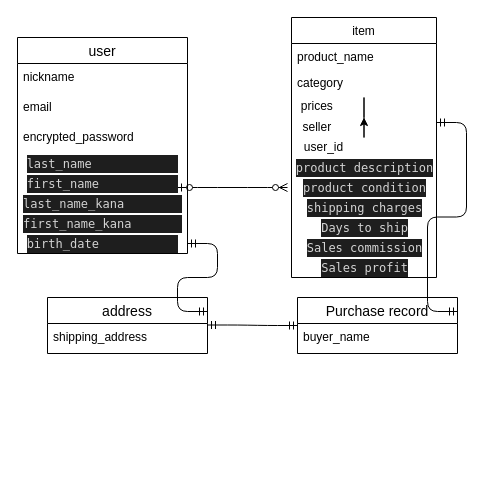
This is item.dio from satoudd/furima-36045, a draw.io file, before an edit. Source tidied: cells renumbered, new cells numbered last; positions are measured from the earlier drawing's top-left corner, leaving out a move shared by most shapes. Both pictures are drawn from the tidied source at 100%, with x=0, y=0 at pixel (17, 17).
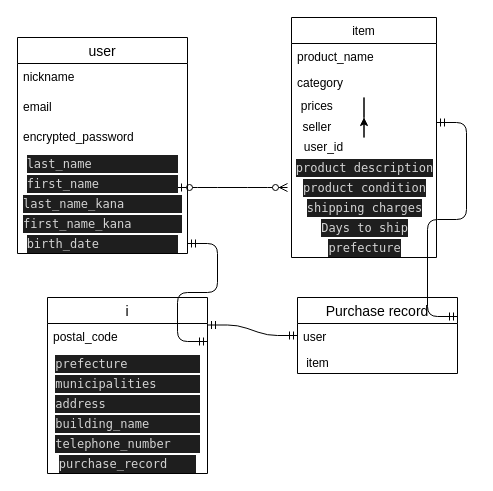
The same diagram, later.

The edit, as a diff of the source:
```diff
@@
     <mxCell id="2" value="item" style="swimlane;fontStyle=0;horizontal=1;startSize=26;" parent="1" vertex="1">
-      <mxGeometry x="274" width="145" height="260" as="geometry" />
+      <mxGeometry x="274" width="145" height="240" as="geometry" />
     </mxCell>
@@
-    <mxCell id="14" value="&lt;div style=&quot;color: rgb(212 , 212 , 212) ; background-color: rgb(30 , 30 , 30) ; font-family: &amp;#34;menlo&amp;#34; , &amp;#34;monaco&amp;#34; , &amp;#34;courier new&amp;#34; , monospace ; line-height: 18px&quot;&gt;Sales commission&lt;/div&gt;" style="text;html=1;align=center;verticalAlign=middle;strokeColor=none;" parent="2" vertex="1">
-      <mxGeometry y="220" width="145" height="20" as="geometry" />
-    </mxCell>
-    <mxCell id="15" value="&lt;div style=&quot;color: rgb(212 , 212 , 212) ; background-color: rgb(30 , 30 , 30) ; font-family: &amp;#34;menlo&amp;#34; , &amp;#34;monaco&amp;#34; , &amp;#34;courier new&amp;#34; , monospace ; line-height: 18px&quot;&gt;Sales profit&lt;/div&gt;" style="text;html=1;align=center;verticalAlign=middle;strokeColor=none;" parent="2" vertex="1">
-      <mxGeometry y="240" width="145" height="20" as="geometry" />
+    <mxCell id="15" value="&lt;div style=&quot;color: rgb(212 , 212 , 212) ; background-color: rgb(30 , 30 , 30) ; font-family: &amp;#34;menlo&amp;#34; , &amp;#34;monaco&amp;#34; , &amp;#34;courier new&amp;#34; , monospace ; line-height: 18px&quot;&gt;&lt;div style=&quot;font-family: &amp;#34;menlo&amp;#34; , &amp;#34;monaco&amp;#34; , &amp;#34;courier new&amp;#34; , monospace ; line-height: 18px&quot;&gt;prefecture&lt;/div&gt;&lt;/div&gt;" style="text;html=1;align=center;verticalAlign=middle;strokeColor=none;" parent="2" vertex="1">
+      <mxGeometry y="220" width="145" height="20" as="geometry" />
     </mxCell>
@@
-    <mxCell id="17" value="address" style="swimlane;fontStyle=0;horizontal=1;startSize=26;align=center;fontSize=14;" parent="1" vertex="1">
-      <mxGeometry x="30" y="280" width="160" height="56" as="geometry" />
+    <mxCell id="17" value="i" style="swimlane;fontStyle=0;horizontal=1;startSize=26;align=center;fontSize=14;" parent="1" vertex="1">
+      <mxGeometry x="30" y="280" width="160" height="176" as="geometry" />
     </mxCell>
-    <mxCell id="18" value="shipping_address" style="text;strokeColor=none;fillColor=none;spacingLeft=4;spacingRight=4;overflow=hidden;fontSize=12;" parent="17" vertex="1">
+    <mxCell id="18" value="postal_code" style="text;strokeColor=none;fillColor=none;spacingLeft=4;spacingRight=4;overflow=hidden;fontSize=12;" parent="17" vertex="1">
       <mxGeometry y="26" width="160" height="30" as="geometry" />
     </mxCell>
+    <mxCell id="33" value="&lt;div style=&quot;color: rgb(212 , 212 , 212) ; background-color: rgb(30 , 30 , 30) ; font-family: &amp;#34;menlo&amp;#34; , &amp;#34;monaco&amp;#34; , &amp;#34;courier new&amp;#34; , monospace ; line-height: 18px&quot;&gt;p&lt;span style=&quot;font-family: &amp;#34;menlo&amp;#34; , &amp;#34;monaco&amp;#34; , &amp;#34;courier new&amp;#34; , monospace&quot;&gt;refecture&amp;nbsp; &amp;nbsp; &amp;nbsp; &amp;nbsp; &amp;nbsp;&amp;nbsp;&lt;/span&gt;&lt;/div&gt;" style="text;html=1;align=center;verticalAlign=middle;strokeColor=none;" parent="17" vertex="1">
+      <mxGeometry y="56" width="160" height="20" as="geometry" />
+    </mxCell>
+    <mxCell id="34" value="&lt;div style=&quot;color: rgb(212 , 212 , 212) ; background-color: rgb(30 , 30 , 30) ; font-family: &amp;#34;menlo&amp;#34; , &amp;#34;monaco&amp;#34; , &amp;#34;courier new&amp;#34; , monospace ; line-height: 18px&quot;&gt;municipalities&amp;nbsp; &amp;nbsp; &amp;nbsp;&amp;nbsp;&lt;/div&gt;" style="text;html=1;align=center;verticalAlign=middle;strokeColor=none;" parent="17" vertex="1">
+      <mxGeometry y="76" width="160" height="20" as="geometry" />
+    </mxCell>
+    <mxCell id="35" value="&lt;div style=&quot;color: rgb(212 , 212 , 212) ; background-color: rgb(30 , 30 , 30) ; font-family: &amp;#34;menlo&amp;#34; , &amp;#34;monaco&amp;#34; , &amp;#34;courier new&amp;#34; , monospace ; line-height: 18px&quot;&gt;address&amp;nbsp; &amp;nbsp; &amp;nbsp; &amp;nbsp; &amp;nbsp; &amp;nbsp; &amp;nbsp;&lt;/div&gt;" style="text;html=1;align=center;verticalAlign=middle;strokeColor=none;" parent="17" vertex="1">
+      <mxGeometry y="96" width="160" height="20" as="geometry" />
+    </mxCell>
+    <mxCell id="36" value="&lt;div style=&quot;color: rgb(212 , 212 , 212) ; background-color: rgb(30 , 30 , 30) ; font-family: &amp;#34;menlo&amp;#34; , &amp;#34;monaco&amp;#34; , &amp;#34;courier new&amp;#34; , monospace ; line-height: 18px&quot;&gt;building_name&amp;nbsp; &amp;nbsp; &amp;nbsp; &amp;nbsp;&lt;/div&gt;" style="text;html=1;align=center;verticalAlign=middle;strokeColor=none;" parent="17" vertex="1">
+      <mxGeometry y="116" width="160" height="20" as="geometry" />
+    </mxCell>
+    <mxCell id="37" value="&lt;div style=&quot;color: rgb(212 , 212 , 212) ; background-color: rgb(30 , 30 , 30) ; font-family: &amp;#34;menlo&amp;#34; , &amp;#34;monaco&amp;#34; , &amp;#34;courier new&amp;#34; , monospace ; line-height: 18px&quot;&gt;telephone_number&amp;nbsp; &amp;nbsp;&amp;nbsp;&lt;/div&gt;" style="text;html=1;align=center;verticalAlign=middle;strokeColor=none;" parent="17" vertex="1">
+      <mxGeometry y="136" width="160" height="20" as="geometry" />
+    </mxCell>
+    <mxCell id="38" value="&lt;div style=&quot;color: rgb(212 , 212 , 212) ; background-color: rgb(30 , 30 , 30) ; font-family: &amp;#34;menlo&amp;#34; , &amp;#34;monaco&amp;#34; , &amp;#34;courier new&amp;#34; , monospace ; line-height: 18px&quot;&gt;purchase_record&amp;nbsp; &amp;nbsp;&amp;nbsp;&lt;/div&gt;" style="text;html=1;align=center;verticalAlign=middle;strokeColor=none;" parent="17" vertex="1">
+      <mxGeometry y="156" width="160" height="20" as="geometry" />
+    </mxCell>
     <mxCell id="19" value="Purchase record" style="swimlane;fontStyle=0;horizontal=1;startSize=26;align=center;fontSize=14;" parent="1" vertex="1">
-      <mxGeometry x="280" y="280" width="160" height="56" as="geometry" />
+      <mxGeometry x="280" y="280" width="160" height="76" as="geometry" />
     </mxCell>
-    <mxCell id="20" value="buyer_name" style="text;strokeColor=none;fillColor=none;spacingLeft=4;spacingRight=4;overflow=hidden;fontSize=12;" parent="19" vertex="1">
+    <mxCell id="20" value="user" style="text;strokeColor=none;fillColor=none;spacingLeft=4;spacingRight=4;overflow=hidden;fontSize=12;" parent="19" vertex="1">
       <mxGeometry y="26" width="160" height="30" as="geometry" />
     </mxCell>
+    <mxCell id="39" value="item&amp;nbsp; &amp;nbsp; &amp;nbsp; &amp;nbsp; &amp;nbsp; &amp;nbsp; &amp;nbsp; &amp;nbsp; &amp;nbsp; &amp;nbsp; &amp;nbsp; &amp;nbsp; &amp;nbsp; &amp;nbsp; &amp;nbsp; &amp;nbsp; &amp;nbsp; &amp;nbsp;&amp;nbsp;" style="text;html=1;align=center;verticalAlign=middle;strokeColor=none;" parent="19" vertex="1">
+      <mxGeometry y="56" width="160" height="20" as="geometry" />
+    </mxCell>
```
